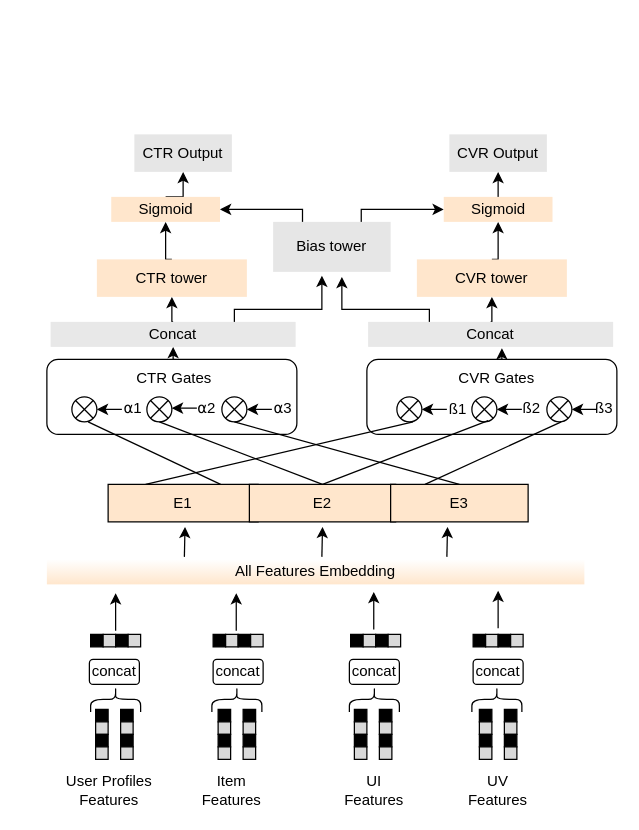
Before: MMOE_ESMM.drawio in Xiaohu-D/-, a draw.io diagram. Source tidied: cells renumbered, new cells numbered last; positions are measured from the earlier drawing's top-left corner, leaving out a move shared by most shapes. Both pictures are drawn from the tidied source at 125%, with x=0, y=0 at pixel (46, 134).
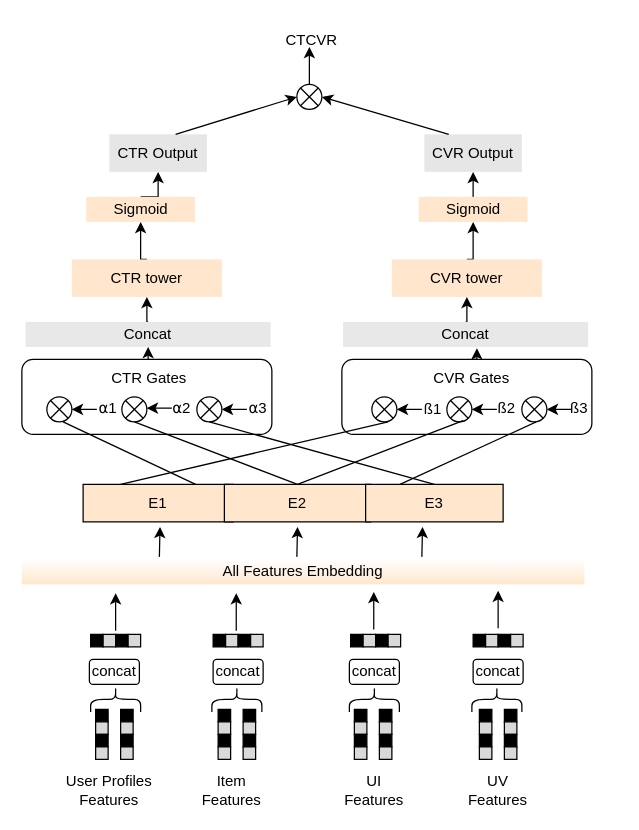
The same diagram, later.

What changed in the source:
```diff
@@
     <mxCell id="2" value="All Features Embedding" style="rounded=0;whiteSpace=wrap;html=1;fillColor=#FFE6CC;strokeColor=none;gradientDirection=north;fontColor=#000000;gradientColor=#FFFFFF;" parent="1" vertex="1">
-      <mxGeometry y="340" width="430" height="20" as="geometry" />
+      <mxGeometry x="-20" y="340" width="450" height="20" as="geometry" />
     </mxCell>
@@
     <mxCell id="67" value="E1" style="rounded=0;whiteSpace=wrap;html=1;fillColor=#FFE6CC;gradientColor=none;gradientDirection=north;strokeColor=default;" parent="1" vertex="1">
-      <mxGeometry x="49" y="280" width="120" height="30" as="geometry" />
+      <mxGeometry x="29" y="280" width="120" height="30" as="geometry" />
     </mxCell>
     <mxCell id="68" value="E2" style="rounded=0;whiteSpace=wrap;html=1;fillColor=#FFE6CC;gradientColor=none;gradientDirection=north;strokeColor=default;" parent="1" vertex="1">
-      <mxGeometry x="162" y="280" width="117" height="30" as="geometry" />
+      <mxGeometry x="142" y="280" width="117" height="30" as="geometry" />
     </mxCell>
     <mxCell id="69" value="E3" style="rounded=0;whiteSpace=wrap;html=1;fillColor=#FFE6CC;gradientColor=none;gradientDirection=north;strokeColor=default;" parent="1" vertex="1">
-      <mxGeometry x="275" y="280" width="110" height="30" as="geometry" />
+      <mxGeometry x="255" y="280" width="110" height="30" as="geometry" />
     </mxCell>
     <mxCell id="70" style="rounded=1;whiteSpace=wrap;html=1;fillColor=#FFFFFF;gradientColor=none;gradientDirection=north;" parent="1" vertex="1">
-      <mxGeometry y="180" width="200" height="60" as="geometry" />
+      <mxGeometry x="-20" y="180" width="200" height="60" as="geometry" />
     </mxCell>
     <mxCell id="71" style="rounded=1;whiteSpace=wrap;html=1;fillColor=#FFFFFF;gradientColor=none;gradientDirection=north;" parent="1" vertex="1">
-      <mxGeometry x="256" y="180" width="200" height="60" as="geometry" />
+      <mxGeometry x="236" y="180" width="200" height="60" as="geometry" />
     </mxCell>
     <mxCell id="72" style="group;" parent="1" vertex="1">
-      <mxGeometry x="20" y="210" width="30" height="20" as="geometry" />
+      <mxGeometry y="210" width="30" height="20" as="geometry" />
     </mxCell>
@@
     <mxCell id="76" style="group;" parent="1" vertex="1">
-      <mxGeometry x="80" y="210" width="30" height="20" as="geometry" />
+      <mxGeometry x="60" y="210" width="30" height="20" as="geometry" />
     </mxCell>
@@
     <mxCell id="80" style="group;" parent="1" vertex="1">
-      <mxGeometry x="140" y="210" width="30" height="20" as="geometry" />
+      <mxGeometry x="120" y="210" width="30" height="20" as="geometry" />
     </mxCell>
@@
     <mxCell id="84" style="group;" parent="1" vertex="1">
-      <mxGeometry x="400" y="210" width="30" height="20" as="geometry" />
+      <mxGeometry x="380" y="210" width="30" height="20" as="geometry" />
     </mxCell>
@@
     <mxCell id="88" style="group;" parent="1" vertex="1">
-      <mxGeometry x="340" y="210" width="30" height="20" as="geometry" />
+      <mxGeometry x="320" y="210" width="30" height="20" as="geometry" />
     </mxCell>
@@
     <mxCell id="92" style="group;" parent="1" vertex="1">
-      <mxGeometry x="280" y="210" width="30" height="20" as="geometry" />
+      <mxGeometry x="260" y="210" width="30" height="20" as="geometry" />
     </mxCell>
@@
     <mxCell id="97" value="CTR Gates" style="text;html=1;strokeColor=none;fillColor=none;align=center;verticalAlign=middle;whiteSpace=wrap;rounded=0;" parent="1" vertex="1">
-      <mxGeometry x="62" y="180" width="80" height="30" as="geometry" />
+      <mxGeometry x="42" y="180" width="80" height="30" as="geometry" />
     </mxCell>
@@
     <mxCell id="99" value="CVR Gates" style="text;html=1;strokeColor=none;fillColor=none;align=center;verticalAlign=middle;whiteSpace=wrap;rounded=0;" parent="1" vertex="1">
-      <mxGeometry x="320" y="180" width="80" height="30" as="geometry" />
+      <mxGeometry x="300" y="180" width="80" height="30" as="geometry" />
     </mxCell>
     <mxCell id="100" value="⍺1" style="text;html=1;strokeColor=none;fillColor=none;align=center;verticalAlign=middle;whiteSpace=wrap;rounded=0;" parent="1" vertex="1">
-      <mxGeometry x="59" y="209" width="20" height="20" as="geometry" />
+      <mxGeometry x="39" y="209" width="20" height="20" as="geometry" />
     </mxCell>
     <mxCell id="101" value="⍺2" style="text;html=1;strokeColor=none;fillColor=none;align=center;verticalAlign=middle;whiteSpace=wrap;rounded=0;" parent="1" vertex="1">
-      <mxGeometry x="118" y="209" width="20" height="20" as="geometry" />
+      <mxGeometry x="98" y="209" width="20" height="20" as="geometry" />
     </mxCell>
     <mxCell id="102" value="ß3" style="text;html=1;strokeColor=none;fillColor=none;align=center;verticalAlign=middle;whiteSpace=wrap;rounded=0;" parent="1" vertex="1">
-      <mxGeometry x="436" y="209" width="20" height="20" as="geometry" />
+      <mxGeometry x="416" y="209" width="20" height="20" as="geometry" />
     </mxCell>
     <mxCell id="103" value="⍺3" style="text;html=1;strokeColor=none;fillColor=none;align=center;verticalAlign=middle;whiteSpace=wrap;rounded=0;" parent="1" vertex="1">
-      <mxGeometry x="179" y="209" width="20" height="20" as="geometry" />
+      <mxGeometry x="159" y="209" width="20" height="20" as="geometry" />
     </mxCell>
     <mxCell id="104" style="endArrow=classic;html=1;rounded=0;" parent="1" edge="1">
       <mxGeometry relative="1" as="geometry">
-        <mxPoint x="180" y="220" as="sourcePoint" />
-        <mxPoint x="160" y="220" as="targetPoint" />
+        <mxPoint x="160" y="220" as="sourcePoint" />
+        <mxPoint x="140" y="220" as="targetPoint" />
       </mxGeometry>
     </mxCell>
     <mxCell id="105" style="endArrow=classic;html=1;rounded=0;" parent="1" edge="1">
       <mxGeometry relative="1" as="geometry">
-        <mxPoint x="120" y="219" as="sourcePoint" />
-        <mxPoint x="100" y="219" as="targetPoint" />
+        <mxPoint x="100" y="219" as="sourcePoint" />
+        <mxPoint x="80" y="219" as="targetPoint" />
       </mxGeometry>
     </mxCell>
     <mxCell id="106" style="endArrow=classic;html=1;rounded=0;" parent="1" edge="1">
       <mxGeometry relative="1" as="geometry">
-        <mxPoint x="60" y="220" as="sourcePoint" />
-        <mxPoint x="40" y="220" as="targetPoint" />
+        <mxPoint x="40" y="220" as="sourcePoint" />
+        <mxPoint x="20" y="220" as="targetPoint" />
       </mxGeometry>
     </mxCell>
     <mxCell id="107" value="ß1" style="text;html=1;strokeColor=none;fillColor=none;align=center;verticalAlign=middle;whiteSpace=wrap;rounded=0;" parent="1" vertex="1">
-      <mxGeometry x="319" y="210" width="20" height="20" as="geometry" />
+      <mxGeometry x="299" y="210" width="20" height="20" as="geometry" />
     </mxCell>
     <mxCell id="108" value="ß2" style="text;html=1;strokeColor=none;fillColor=none;align=center;verticalAlign=middle;whiteSpace=wrap;rounded=0;" parent="1" vertex="1">
-      <mxGeometry x="378" y="209" width="20" height="20" as="geometry" />
+      <mxGeometry x="358" y="209" width="20" height="20" as="geometry" />
     </mxCell>
     <mxCell id="109" style="endArrow=classic;html=1;rounded=0;" parent="1" edge="1">
       <mxGeometry relative="1" as="geometry">
-        <mxPoint x="440" y="220" as="sourcePoint" />
-        <mxPoint x="420" y="220" as="targetPoint" />
+        <mxPoint x="420" y="220" as="sourcePoint" />
+        <mxPoint x="400" y="220" as="targetPoint" />
       </mxGeometry>
     </mxCell>
     <mxCell id="110" style="endArrow=classic;html=1;rounded=0;" parent="1" edge="1">
       <mxGeometry relative="1" as="geometry">
-        <mxPoint x="380" y="220" as="sourcePoint" />
-        <mxPoint x="360" y="220" as="targetPoint" />
+        <mxPoint x="360" y="220" as="sourcePoint" />
+        <mxPoint x="340" y="220" as="targetPoint" />
       </mxGeometry>
     </mxCell>
     <mxCell id="111" style="endArrow=classic;html=1;rounded=0;" parent="1" edge="1">
       <mxGeometry relative="1" as="geometry">
-        <mxPoint x="320" y="220" as="sourcePoint" />
-        <mxPoint x="300" y="220" as="targetPoint" />
+        <mxPoint x="300" y="220" as="sourcePoint" />
+        <mxPoint x="280" y="220" as="targetPoint" />
       </mxGeometry>
     </mxCell>
     <mxCell id="112" style="endArrow=none;html=1;rounded=0;exitX=0.75;exitY=0;exitDx=0;exitDy=0;" parent="1" edge="1" source="67">
       <mxGeometry relative="1" as="geometry">
-        <mxPoint x="33" y="230" as="targetPoint" />
+        <mxPoint x="13" y="230" as="targetPoint" />
       </mxGeometry>
     </mxCell>
     <mxCell id="113" style="endArrow=none;html=1;rounded=0;exitX=0.5;exitY=0;exitDx=0;exitDy=0;" parent="1" edge="1" source="68">
       <mxGeometry relative="1" as="geometry">
-        <mxPoint x="90" y="230" as="targetPoint" />
+        <mxPoint x="70" y="230" as="targetPoint" />
       </mxGeometry>
     </mxCell>
     <mxCell id="114" style="endArrow=none;html=1;rounded=0;exitX=0.5;exitY=0;exitDx=0;exitDy=0;" parent="1" edge="1" source="69">
       <mxGeometry relative="1" as="geometry">
-        <mxPoint x="150" y="230" as="targetPoint" />
+        <mxPoint x="130" y="230" as="targetPoint" />
       </mxGeometry>
     </mxCell>
     <mxCell id="115" style="endArrow=none;html=1;rounded=0;exitX=0.25;exitY=0;exitDx=0;exitDy=0;" parent="1" edge="1" source="67">
       <mxGeometry relative="1" as="geometry">
-        <mxPoint x="293" y="230" as="targetPoint" />
+        <mxPoint x="273" y="230" as="targetPoint" />
       </mxGeometry>
     </mxCell>
     <mxCell id="116" style="endArrow=none;html=1;rounded=0;exitX=0.5;exitY=0;exitDx=0;exitDy=0;" parent="1" edge="1" source="68">
       <mxGeometry relative="1" as="geometry">
-        <mxPoint x="353" y="229" as="targetPoint" />
+        <mxPoint x="333" y="229" as="targetPoint" />
       </mxGeometry>
     </mxCell>
     <mxCell id="117" style="endArrow=none;html=1;rounded=0;exitX=0.25;exitY=0;exitDx=0;exitDy=0;" parent="1" edge="1" source="69">
       <mxGeometry relative="1" as="geometry">
-        <mxPoint x="411.5" y="230" as="targetPoint" />
+        <mxPoint x="391.5" y="230" as="targetPoint" />
       </mxGeometry>
     </mxCell>
     <mxCell id="118" style="endArrow=classic;html=1;rounded=0;" parent="1" edge="1">
       <mxGeometry relative="1" as="geometry">
-        <mxPoint x="220" y="338" as="sourcePoint" />
-        <mxPoint x="220.5" y="314" as="targetPoint" />
+        <mxPoint x="200" y="338" as="sourcePoint" />
+        <mxPoint x="200.5" y="314" as="targetPoint" />
       </mxGeometry>
     </mxCell>
@@
-    <mxCell id="120" style="edgeStyle=orthogonalEdgeStyle;rounded=0;jettySize=auto;html=1;exitX=0.75;exitY=0;exitDx=0;exitDy=0;entryX=0.415;entryY=1.075;entryDx=0;entryDy=0;entryPerimeter=0;" parent="1" edge="1" source="121" target="131">
-      <mxGeometry relative="1" as="geometry">
-        <Array as="points">
-          <mxPoint x="150" y="140" />
-          <mxPoint x="220" y="140" />
-        </Array>
-      </mxGeometry>
-    </mxCell>
     <mxCell id="121" value="Concat" style="rounded=0;whiteSpace=wrap;html=1;fillColor=#E8E8E8;gradientColor=none;gradientDirection=north;strokeColor=none;" parent="1" vertex="1">
-      <mxGeometry x="3" y="150" width="196" height="20" as="geometry" />
+      <mxGeometry x="-17" y="150" width="196" height="20" as="geometry" />
     </mxCell>
@@
-    <mxCell id="123" style="edgeStyle=orthogonalEdgeStyle;rounded=0;jettySize=auto;html=1;exitX=0.25;exitY=0;exitDx=0;exitDy=0;entryX=0.585;entryY=1.1;entryDx=0;entryDy=0;entryPerimeter=0;" parent="1" edge="1" source="124" target="131">
-      <mxGeometry relative="1" as="geometry">
-        <Array as="points">
-          <mxPoint x="306" y="140" />
-          <mxPoint x="236" y="140" />
-        </Array>
-      </mxGeometry>
-    </mxCell>
     <mxCell id="124" value="Concat" style="rounded=0;whiteSpace=wrap;html=1;fillColor=#E8E8E8;gradientColor=none;gradientDirection=north;strokeColor=none;" parent="1" vertex="1">
-      <mxGeometry x="257" y="150" width="196" height="20" as="geometry" />
+      <mxGeometry x="237" y="150" width="196" height="20" as="geometry" />
     </mxCell>
@@
     <mxCell id="126" value="CTR tower" style="rounded=0;whiteSpace=wrap;html=1;fillColor=#FFE6CC;gradientColor=none;gradientDirection=north;strokeColor=none;" parent="1" vertex="1">
-      <mxGeometry x="40" y="100" width="120" height="30" as="geometry" />
+      <mxGeometry x="20" y="100" width="120" height="30" as="geometry" />
     </mxCell>
@@
     <mxCell id="128" value="CVR tower" style="rounded=0;whiteSpace=wrap;html=1;fillColor=#FFE6CC;gradientColor=none;gradientDirection=north;strokeColor=none;" parent="1" vertex="1">
-      <mxGeometry x="296" y="100" width="120" height="30" as="geometry" />
+      <mxGeometry x="276" y="100" width="120" height="30" as="geometry" />
     </mxCell>
-    <mxCell id="129" style="edgeStyle=orthogonalEdgeStyle;rounded=0;jettySize=auto;html=1;exitX=0.25;exitY=0;exitDx=0;exitDy=0;entryX=1;entryY=0.5;entryDx=0;entryDy=0;" parent="1" edge="1" source="131" target="133">
-      <mxGeometry relative="1" as="geometry">
-        <Array as="points">
-          <mxPoint x="205" y="60" />
-        </Array>
-      </mxGeometry>
-    </mxCell>
-    <mxCell id="130" style="edgeStyle=orthogonalEdgeStyle;rounded=0;jettySize=auto;html=1;exitX=0.75;exitY=0;exitDx=0;exitDy=0;entryX=0;entryY=0.5;entryDx=0;entryDy=0;" parent="1" edge="1" source="131" target="135">
-      <mxGeometry relative="1" as="geometry">
-        <Array as="points">
-          <mxPoint x="252" y="60" />
-        </Array>
-      </mxGeometry>
-    </mxCell>
-    <mxCell id="131" value="Bias tower" style="rounded=0;whiteSpace=wrap;html=1;fillColor=#E6E6E6;gradientColor=none;gradientDirection=north;strokeColor=none;" parent="1" vertex="1">
-      <mxGeometry x="181" y="70" width="94" height="40" as="geometry" />
-    </mxCell>
@@
     <mxCell id="133" value="Sigmoid" style="rounded=0;whiteSpace=wrap;html=1;fillColor=#FFE6CC;gradientColor=none;gradientDirection=north;strokeColor=none;" parent="1" vertex="1">
-      <mxGeometry x="51.5" y="50" width="87" height="20" as="geometry" />
+      <mxGeometry x="31.5" y="50" width="87" height="20" as="geometry" />
     </mxCell>
@@
     <mxCell id="135" value="Sigmoid" style="rounded=0;whiteSpace=wrap;html=1;fillColor=#FFE6CC;gradientColor=none;gradientDirection=north;strokeColor=none;" parent="1" vertex="1">
-      <mxGeometry x="317.5" y="50" width="87" height="20" as="geometry" />
+      <mxGeometry x="297.5" y="50" width="87" height="20" as="geometry" />
     </mxCell>
     <mxCell id="136" value="CTR Output" style="rounded=0;whiteSpace=wrap;html=1;fillColor=#E6E6E6;gradientColor=none;gradientDirection=north;strokeColor=none;" parent="1" vertex="1">
-      <mxGeometry x="70" width="78" height="30" as="geometry" />
+      <mxGeometry x="50" width="78" height="30" as="geometry" />
     </mxCell>
     <mxCell id="137" value="CVR Output" style="rounded=0;whiteSpace=wrap;html=1;fillColor=#E6E6E6;gradientColor=none;gradientDirection=north;strokeColor=none;" parent="1" vertex="1">
-      <mxGeometry x="322" width="78" height="30" as="geometry" />
+      <mxGeometry x="302" width="78" height="30" as="geometry" />
     </mxCell>
     <mxCell id="138" style="endArrow=classic;html=1;rounded=0;" parent="1" edge="1">
       <mxGeometry relative="1" as="geometry">
-        <mxPoint x="110" y="338" as="sourcePoint" />
-        <mxPoint x="110.5" y="314" as="targetPoint" />
+        <mxPoint x="90" y="338" as="sourcePoint" />
+        <mxPoint x="90.5" y="314" as="targetPoint" />
       </mxGeometry>
     </mxCell>
     <mxCell id="139" style="endArrow=classic;html=1;rounded=0;" parent="1" edge="1">
       <mxGeometry relative="1" as="geometry">
-        <mxPoint x="320" y="338" as="sourcePoint" />
-        <mxPoint x="320.5" y="314" as="targetPoint" />
+        <mxPoint x="300" y="338" as="sourcePoint" />
+        <mxPoint x="300.5" y="314" as="targetPoint" />
       </mxGeometry>
     </mxCell>
+    <mxCell id="140" style="group;" parent="1" vertex="1">
+      <mxGeometry x="200" y="-40" width="30" height="20" as="geometry" />
+    </mxCell>
+    <mxCell id="141" style="ellipse;whiteSpace=wrap;html=1;fillColor=#FFFFFF;gradientColor=none;gradientDirection=north;" parent="140" vertex="1">
+      <mxGeometry width="20" height="20" as="geometry" />
+    </mxCell>
+    <mxCell id="142" style="endArrow=none;html=1;rounded=0;entryX=1;entryY=0;entryDx=0;entryDy=0;exitX=0;exitY=1;exitDx=0;exitDy=0;" parent="140" edge="1" source="141" target="141">
+      <mxGeometry relative="1" as="geometry" />
+    </mxCell>
+    <mxCell id="143" style="endArrow=none;html=1;rounded=0;exitX=1;exitY=1;exitDx=0;exitDy=0;entryX=0;entryY=0;entryDx=0;entryDy=0;" parent="140" edge="1" source="141" target="141">
+      <mxGeometry relative="1" as="geometry" />
+    </mxCell>
+    <mxCell id="144" style="endArrow=classic;html=1;rounded=0;" parent="1" edge="1">
+      <mxGeometry relative="1" as="geometry">
+        <mxPoint x="103" as="sourcePoint" />
+        <mxPoint x="200" y="-30" as="targetPoint" />
+      </mxGeometry>
+    </mxCell>
+    <mxCell id="145" style="endArrow=classic;html=1;rounded=0;exitX=0.25;exitY=0;exitDx=0;exitDy=0;" parent="1" edge="1" source="137">
+      <mxGeometry relative="1" as="geometry">
+        <mxPoint x="220" y="-30" as="targetPoint" />
+      </mxGeometry>
+    </mxCell>
+    <mxCell id="146" style="endArrow=classic;html=1;rounded=0;exitX=0.5;exitY=0;exitDx=0;exitDy=0;" parent="1" edge="1" source="141">
+      <mxGeometry relative="1" as="geometry">
+        <mxPoint x="210" y="-70" as="targetPoint" />
+      </mxGeometry>
+    </mxCell>
+    <mxCell id="147" value="CTCVR" style="text;html=1;strokeColor=none;fillColor=none;align=center;verticalAlign=middle;whiteSpace=wrap;rounded=0;" parent="1" vertex="1">
+      <mxGeometry x="172" y="-90" width="80" height="30" as="geometry" />
+    </mxCell>
```
